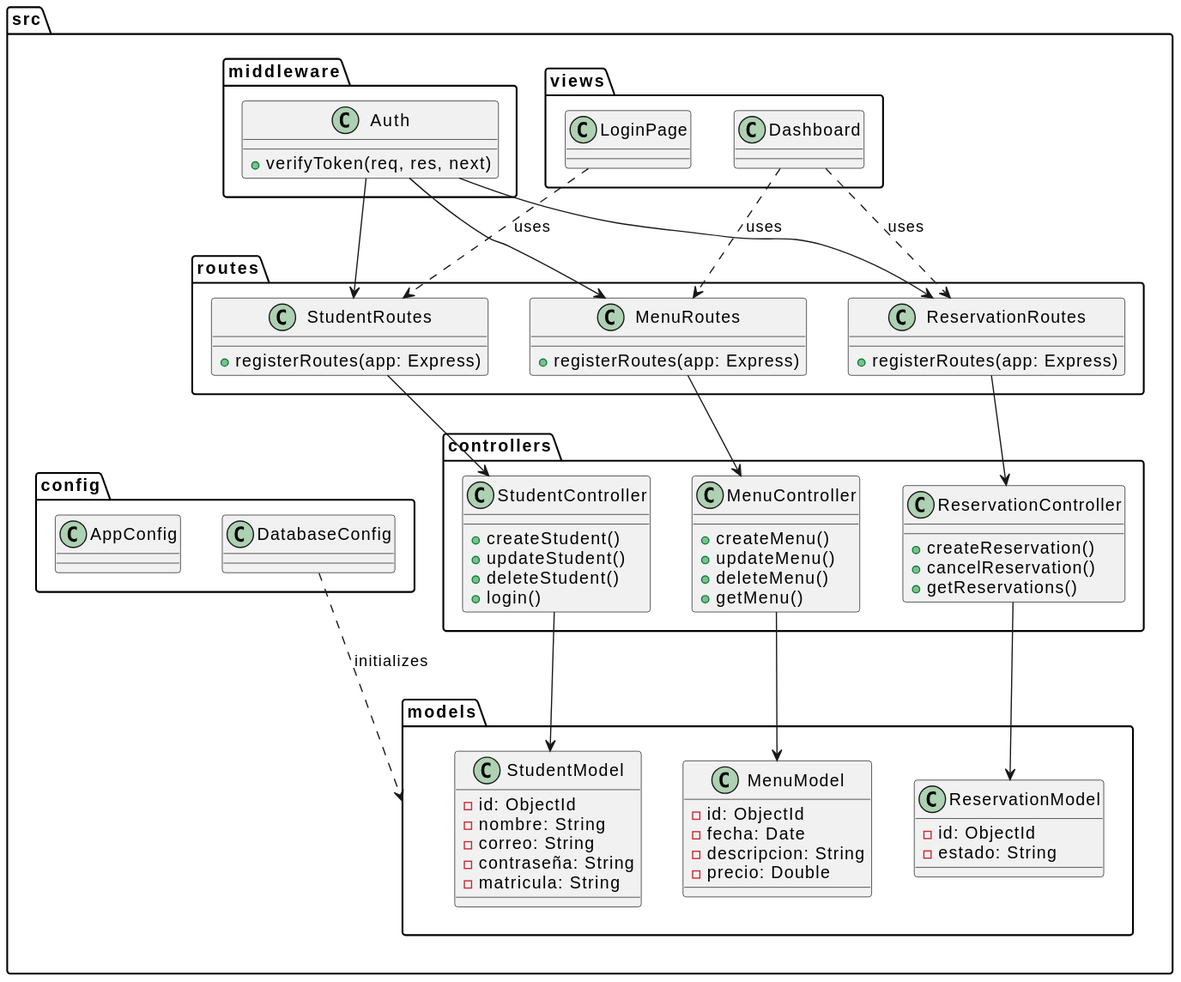
natiicruuz/ProyectoFinalPrograWeb1 keeps this PlantUML diagram as Docs/images/modelosUML/Arquitectura/diagramaArquitecturaMVC.svg. Above is the earlier version.
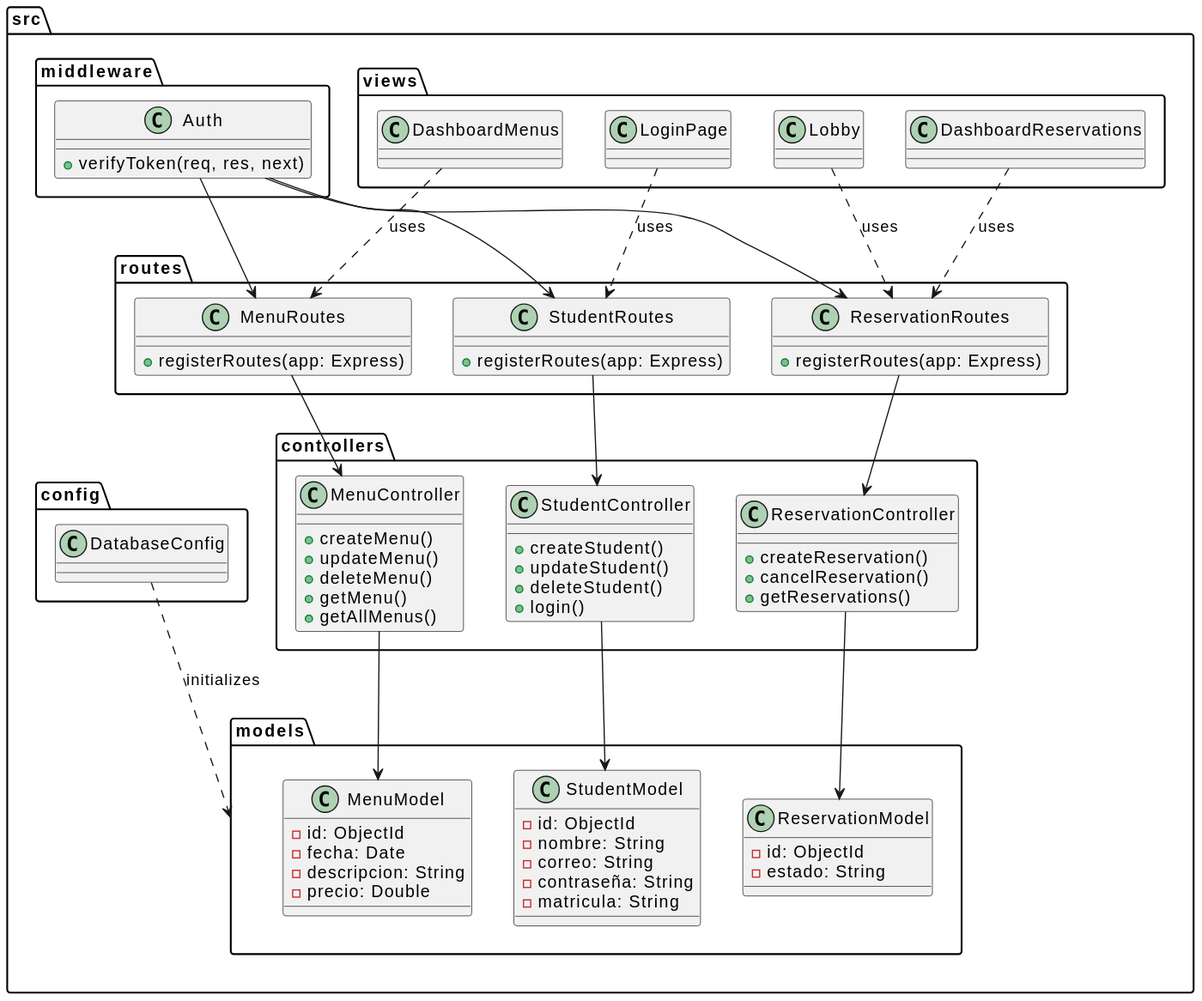
Later version of the same file.

Commit message:
Update/Architecture diagrams

Diff of the diagram source:
```diff
@@ -36,6 +36,7 @@
             + updateMenu()
             + deleteMenu()
             + getMenu()
+            + getAllMenus()
         }
 
         class ReservationController {
@@ -61,7 +62,9 @@
 
     package views {
         class LoginPage
-        class Dashboard
+        class Lobby
+        class DashboardMenus
+        class DashboardReservations
     }
 
     package middleware {
@@ -72,7 +75,6 @@
 
     package config {
         class DatabaseConfig
-        class AppConfig
     }
 }
 
@@ -85,8 +87,9 @@
 ReservationController --> ReservationModel
 
 LoginPage ..> StudentRoutes : uses
-Dashboard ..> ReservationRoutes : uses
-Dashboard ..> MenuRoutes : uses
+Lobby ..> ReservationRoutes : uses
+DashboardMenus ..> MenuRoutes : uses
+DashboardReservations ..> ReservationRoutes : uses
 
 Auth --> StudentRoutes
 Auth --> MenuRoutes
```
